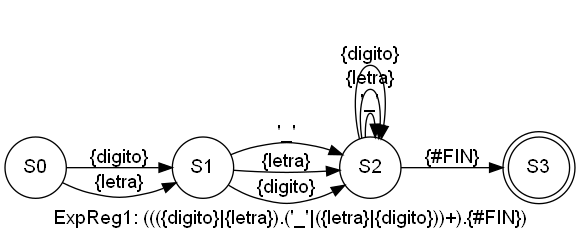
Earlier version of the Graphviz export AFD_202004765/AFD_ExpReg1.png (PikaGuty/OLC1_Proyecto1_202004765). Its source is kept beside it as AFD_202004765/AFD_ExpReg1.dot.
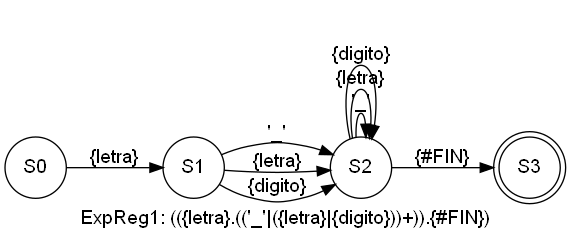
Above is the later version.

Change to the diagram source:
```diff
@@ -1,12 +1,11 @@
 digraph finite_state_machine {
 	fontname="Helvetica,Arial,sans-serif"
-       label="ExpReg1: ((({digito}|{letra}).('_'|({letra}|{digito}))+).{#FIN})"	node [fontname="Helvetica,Arial,sans-serif"]
+       label="ExpReg1: (({letra}.(('_'|({letra}|{digito}))+)).{#FIN})"	node [fontname="Helvetica,Arial,sans-serif"]
 	edge [fontname="Helvetica,Arial,sans-serif"]
 	rankdir=LR;
 	size="8,5";
        node [shape = doublecircle]; S3;
-	node [shape = circle];S0 -> S1 [label = "{digito}"];
-S0 -> S1 [label = "{letra}"];
+	node [shape = circle];S0 -> S1 [label = "{letra}"];
 S1 -> S2 [label = "'_'"];
 S1 -> S2 [label = "{letra}"];
 S1 -> S2 [label = "{digito}"];
```
